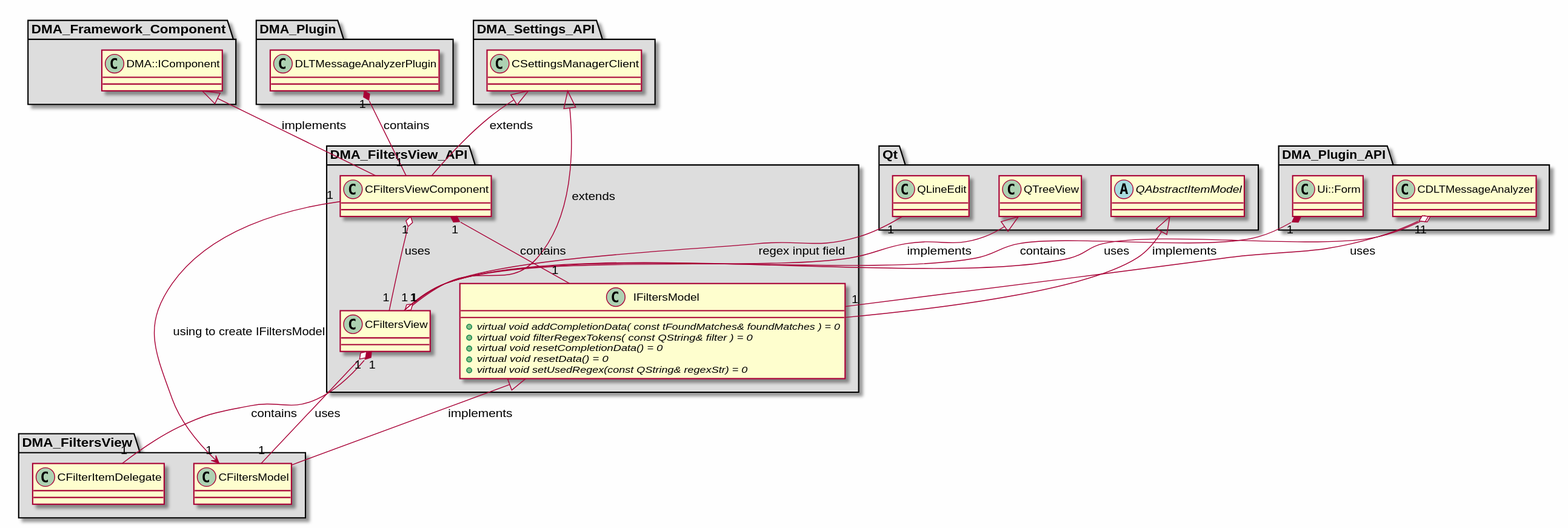
svlad-90/DLT-Message-Analyzer keeps this PlantUML diagram as md/dev_docs/puml/DMA_FiltersView_API.svg. Above is the earlier version.
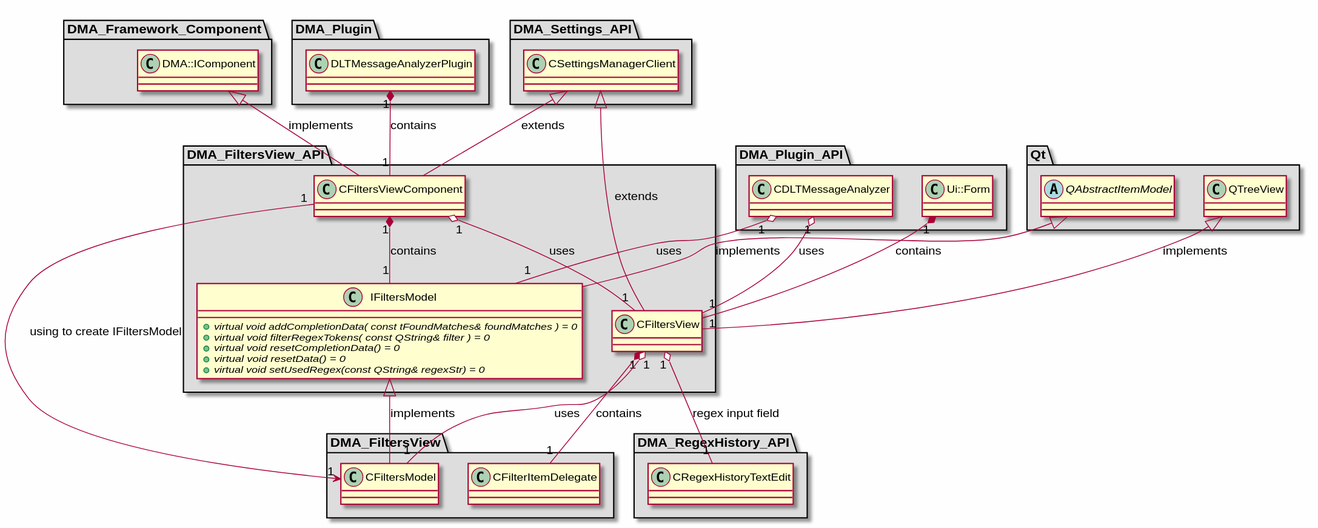
Later version of the same file.

Change to the diagram source:
```diff
@@ -68,6 +68,15 @@
 
 }
 
+package "DMA_RegexHistory_API" #DDDDDD
+{
+
+class "CRegexHistoryTextEdit"
+{
+}
+
+}
+
 package "DMA_Settings_API" #DDDDDD
 {
 
@@ -81,10 +90,6 @@
 {
 
 abstract class "QAbstractItemModel"
-{
-}
-
-class "QLineEdit"
 {
 }
 
@@ -103,7 +108,7 @@
 
 CFiltersView "1" *-- "1" CFilterItemDelegate : contains
 CFiltersView "1" o-- "1" CFiltersModel : uses
-CFiltersView "1" o-- "1" QLineEdit : regex input field
+CFiltersView "1" o-- "1" CRegexHistoryTextEdit : regex input field
 CFiltersViewComponent "1" --> "1" CFiltersModel : using to create IFiltersModel
 CFiltersViewComponent "1" o-- "1" CFiltersView : uses
 CFiltersViewComponent "1" *-- "1" IFiltersModel : contains
```
